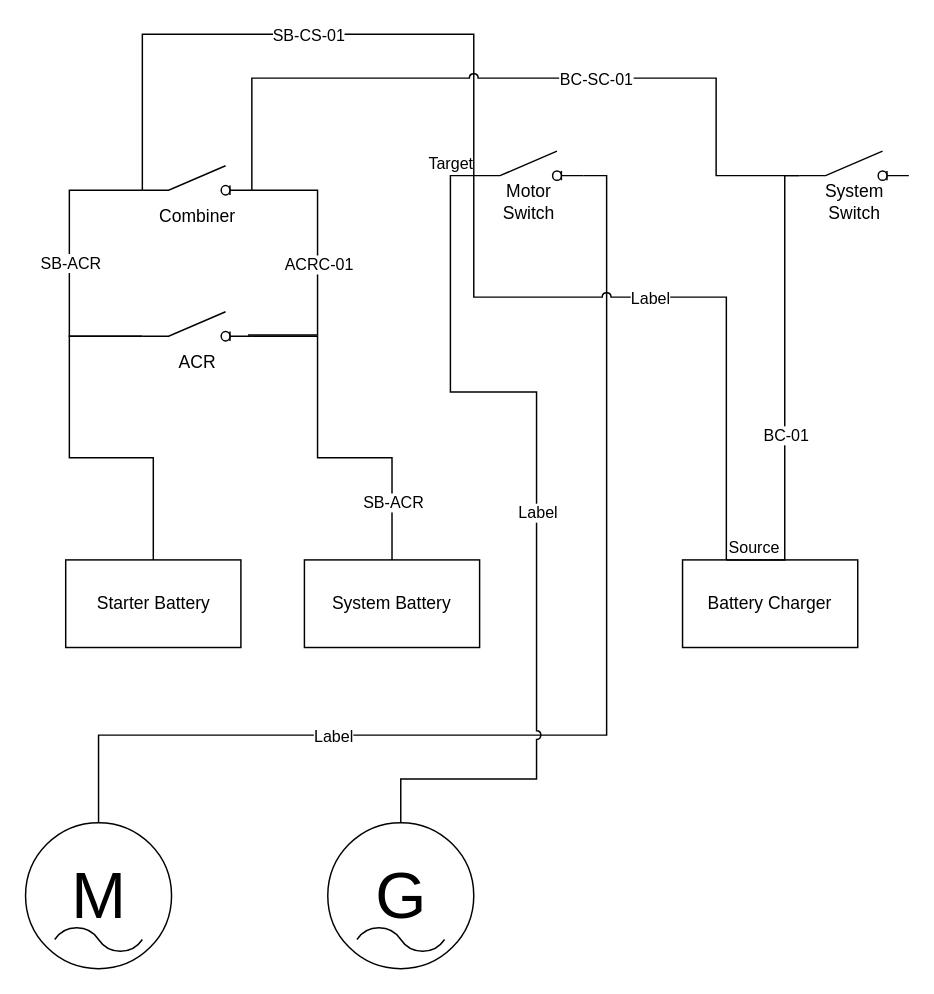
gernotbrandl/pichichi keeps this draw.io diagram as Cableado El Pichichi.drawio. Above is the earlier version. Source tidied: cells renumbered, new cells numbered last; positions are measured from the earlier drawing's top-left corner, leaving out a move shared by most shapes. Both pictures are drawn from the tidied source at 146%, with x=0, y=0 at pixel (25, 34).
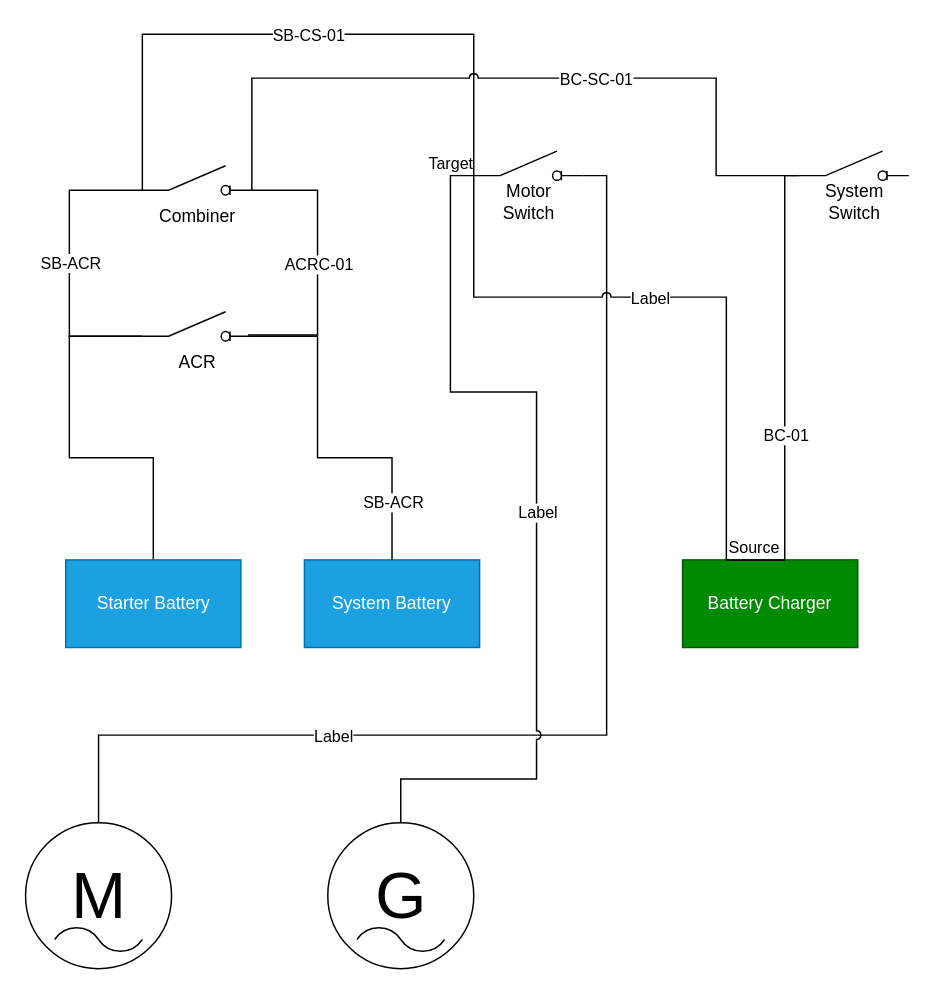
The same page after the edit.

What changed in the source:
```diff
@@
-    <mxCell id="23" value="Starter Battery" style="rounded=0;whiteSpace=wrap;html=1;" parent="1" vertex="1">
+    <mxCell id="23" value="Starter Battery" style="rounded=0;whiteSpace=wrap;html=1;fillColor=#1ba1e2;fontColor=#ffffff;strokeColor=#006EAF;" parent="1" vertex="1">
       <mxGeometry x="27.5" y="360" width="120" height="60" as="geometry" />
     </mxCell>
-    <mxCell id="24" value="System Battery" style="rounded=0;whiteSpace=wrap;html=1;" parent="1" vertex="1">
+    <mxCell id="24" value="System Battery" style="rounded=0;whiteSpace=wrap;html=1;fillColor=#1ba1e2;fontColor=#ffffff;strokeColor=#006EAF;" parent="1" vertex="1">
       <mxGeometry x="191" y="360" width="120" height="60" as="geometry" />
     </mxCell>
-    <mxCell id="25" value="Battery Charger" style="rounded=0;whiteSpace=wrap;html=1;" parent="1" vertex="1">
+    <mxCell id="25" value="Battery Charger" style="rounded=0;whiteSpace=wrap;html=1;fillColor=#008a00;fontColor=#ffffff;strokeColor=#005700;" parent="1" vertex="1">
       <mxGeometry x="450" y="360" width="120" height="60" as="geometry" />
     </mxCell>
```
